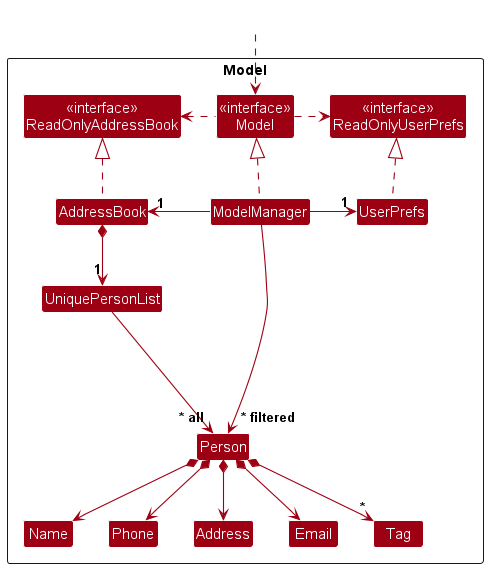
Before: docs/images/ModelClassDiagram.png, a diagram exported from PlantUML (nus-cs2103-AY2324S2/tp).
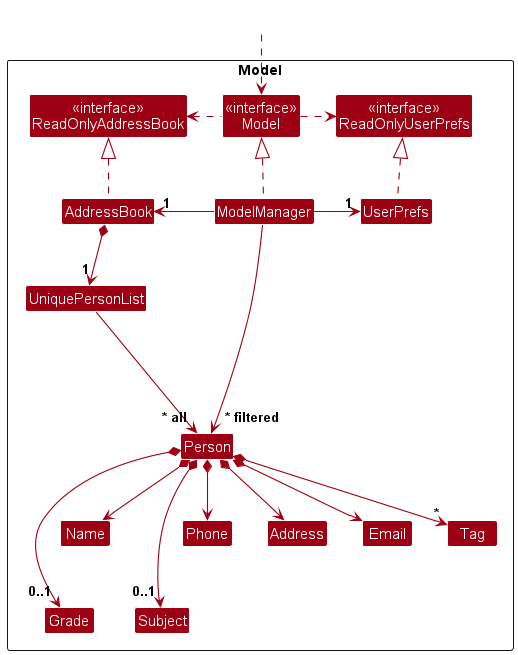
The same file after the commit.

Commit message:
Update UML in Developer Guide

Change to the diagram source:
```diff
@@ -19,6 +19,8 @@
 Class Name
 Class Phone
 Class Tag
+Class Grade
+Class Subject
 
 Class I #FFFFFF
 }
@@ -42,8 +44,12 @@
 Person *--> Email
 Person *--> Address
 Person *--> "*" Tag
+Person *-> "0..1" Grade
+Person *-> "0..1" Subject
 
 Person -[hidden]up--> I
+Name -[hidden]-> Grade
+Phone -[hidden]-> Subject
 UniquePersonList -[hidden]right-> I
 
 Name -[hidden]right-> Phone
```
